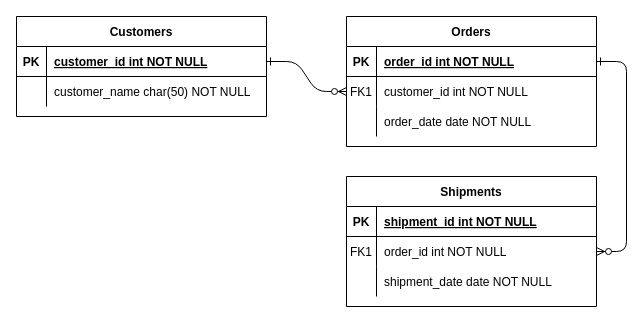
Before: アニマルミルUML.drawio in ShouSawa/draw.io, a draw.io diagram. Source tidied: cells renumbered, new cells numbered last; positions are measured from the earlier drawing's top-left corner, leaving out a move shared by most shapes. Both pictures are drawn from the tidied source at 100%, with x=0, y=0 at pixel (16, 16).
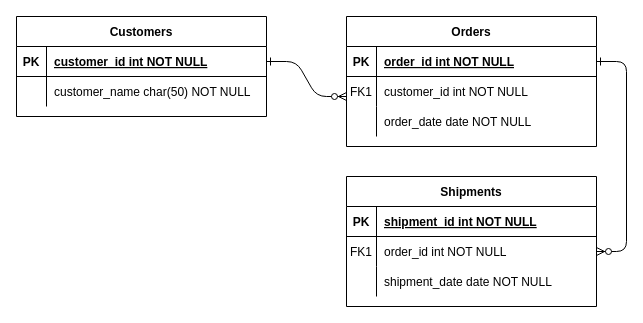
After the change.

Commit message:
アニマルミルUML.drawio を更新

Unchanged cells that the change refers to:
```xml
<mxCell id="8" style="shape=partialRectangle;fillColor=none;points=[[0,0.5],[1,0.5]];portConstraint=eastwest;top=0;left=0;right=0;bottom=0;" parent="4" vertex="1">
  <mxGeometry y="60" width="250" height="30" as="geometry" />
</mxCell>
<mxCell id="25" style="shape=partialRectangle;fillColor=none;points=[[0,0.5],[1,0.5]];portConstraint=eastwest;top=0;left=0;right=0;bottom=1;" parent="24" vertex="1">
  <mxGeometry y="30" width="250" height="30" as="geometry" />
</mxCell>
```

The edit, as a diff of the source:
```diff
@@
-    <mxCell id="2" style="edgeStyle=entityRelationEdgeStyle;endArrow=ERzeroToMany;startArrow=ERone;endFill=1;startFill=0;" parent="1" edge="1" source="25" target="8">
-      <mxGeometry relative="1" as="geometry" />
+    <mxCell id="2" style="edgeStyle=entityRelationEdgeStyle;endArrow=ERzeroToMany;startArrow=ERone;endFill=1;startFill=0;exitX=1;exitY=0.5;exitDx=0;exitDy=0;" parent="1" edge="1" source="25">
+      <mxGeometry relative="1" as="geometry">
+        <mxPoint x="330" y="80" as="targetPoint" />
+      </mxGeometry>
     </mxCell>
```
